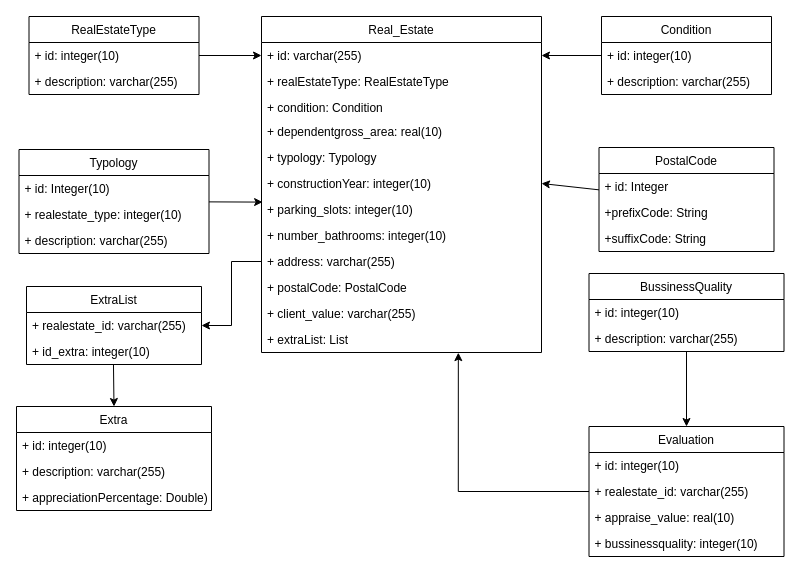
The draw.io diagram Docs/ClassDiagram.drawio in Summorox/Real-Estate-Appraisal, before the edit. Source tidied: cells renumbered, new cells numbered last; positions are measured from the earlier drawing's top-left corner, leaving out a move shared by most shapes. Both pictures are drawn from the tidied source at 100%, with x=0, y=0 at pixel (16, 16).
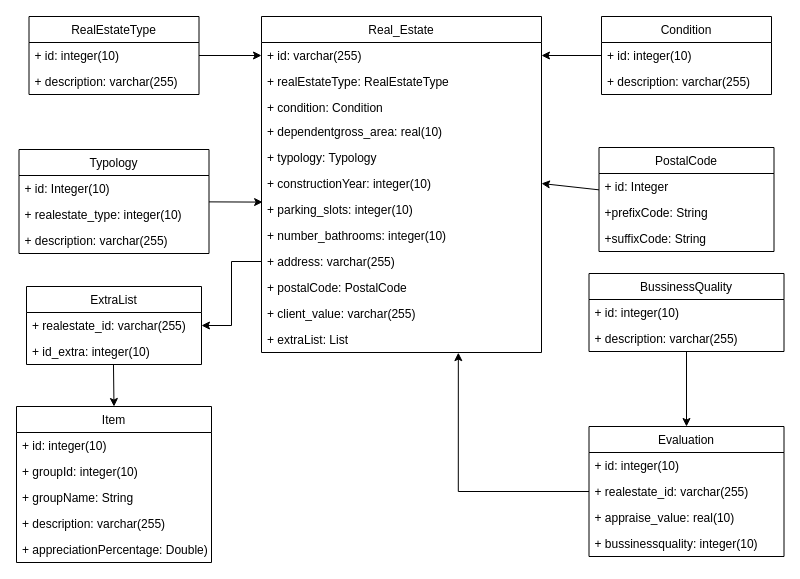
After the change.

Diff of the diagram source:
```diff
@@
-    <mxCell id="15" value="Extra" style="swimlane;fontStyle=0;horizontal=1;startSize=26;fillColor=none;" parent="1" vertex="1">
-      <mxGeometry y="390" width="195" height="104" as="geometry" />
+    <mxCell id="15" value="Item" style="swimlane;fontStyle=0;horizontal=1;startSize=26;fillColor=none;" parent="1" vertex="1">
+      <mxGeometry y="390" width="195" height="156" as="geometry" />
     </mxCell>
@@
+    <mxCell id="52" value="+ groupId: integer(10)" style="text;strokeColor=none;fillColor=none;align=left;verticalAlign=top;spacingLeft=4;spacingRight=4;overflow=hidden;" parent="15" vertex="1">
+      <mxGeometry y="52" width="195" height="26" as="geometry" />
+    </mxCell>
+    <mxCell id="53" value="+ groupName: String" style="text;strokeColor=none;fillColor=none;align=left;verticalAlign=top;spacingLeft=4;spacingRight=4;overflow=hidden;" parent="15" vertex="1">
+      <mxGeometry y="78" width="195" height="26" as="geometry" />
+    </mxCell>
     <mxCell id="17" value="+ description: varchar(255)" style="text;strokeColor=none;fillColor=none;align=left;verticalAlign=top;spacingLeft=4;spacingRight=4;overflow=hidden;" parent="15" vertex="1">
-      <mxGeometry y="52" width="195" height="26" as="geometry" />
+      <mxGeometry y="104" width="195" height="26" as="geometry" />
     </mxCell>
     <mxCell id="18" value="+ appreciationPercentage: Double)" style="text;strokeColor=none;fillColor=none;align=left;verticalAlign=top;spacingLeft=4;spacingRight=4;overflow=hidden;" parent="15" vertex="1">
-      <mxGeometry y="78" width="195" height="26" as="geometry" />
+      <mxGeometry y="130" width="195" height="26" as="geometry" />
     </mxCell>
```
